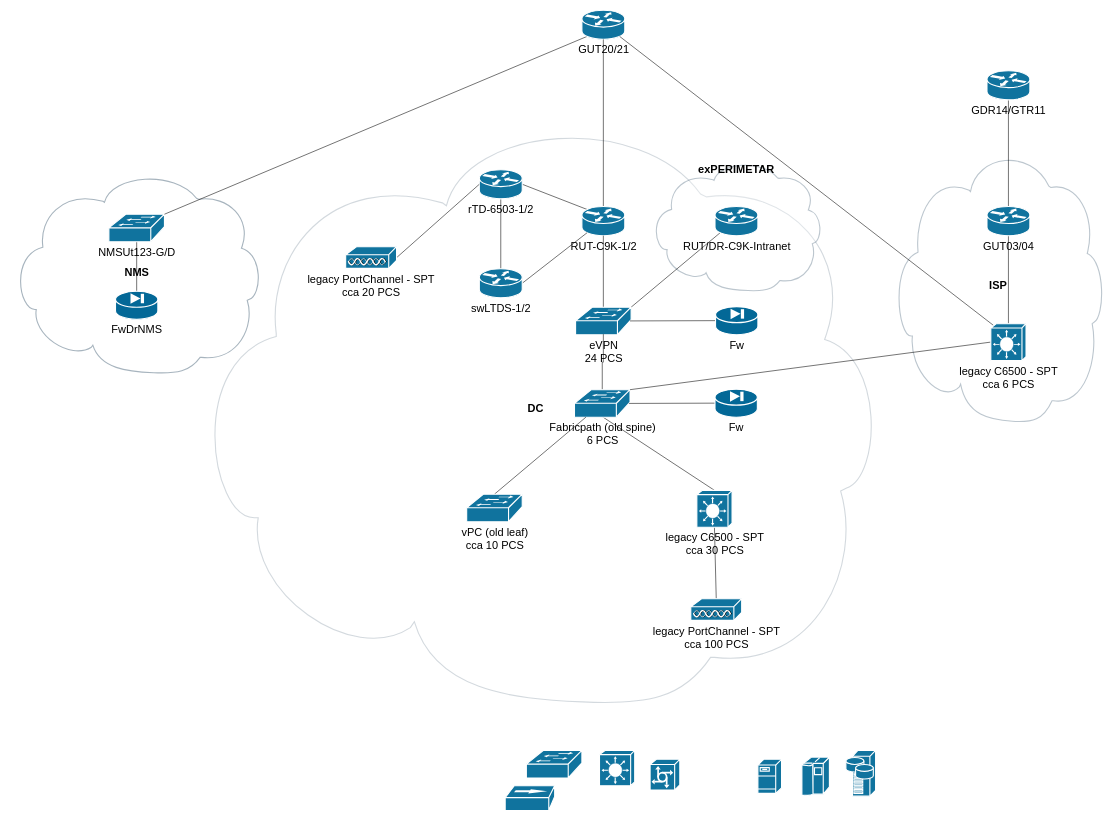
This is DC.drawio from Kublach/OpenWRT, a draw.io file, before an edit. Source tidied: cells renumbered, new cells numbered last; positions are measured from the earlier drawing's top-left corner, leaving out a move shared by most shapes. Both pictures are drawn from the tidied source at 55%, with x=0, y=0 at pixel (10, 10).
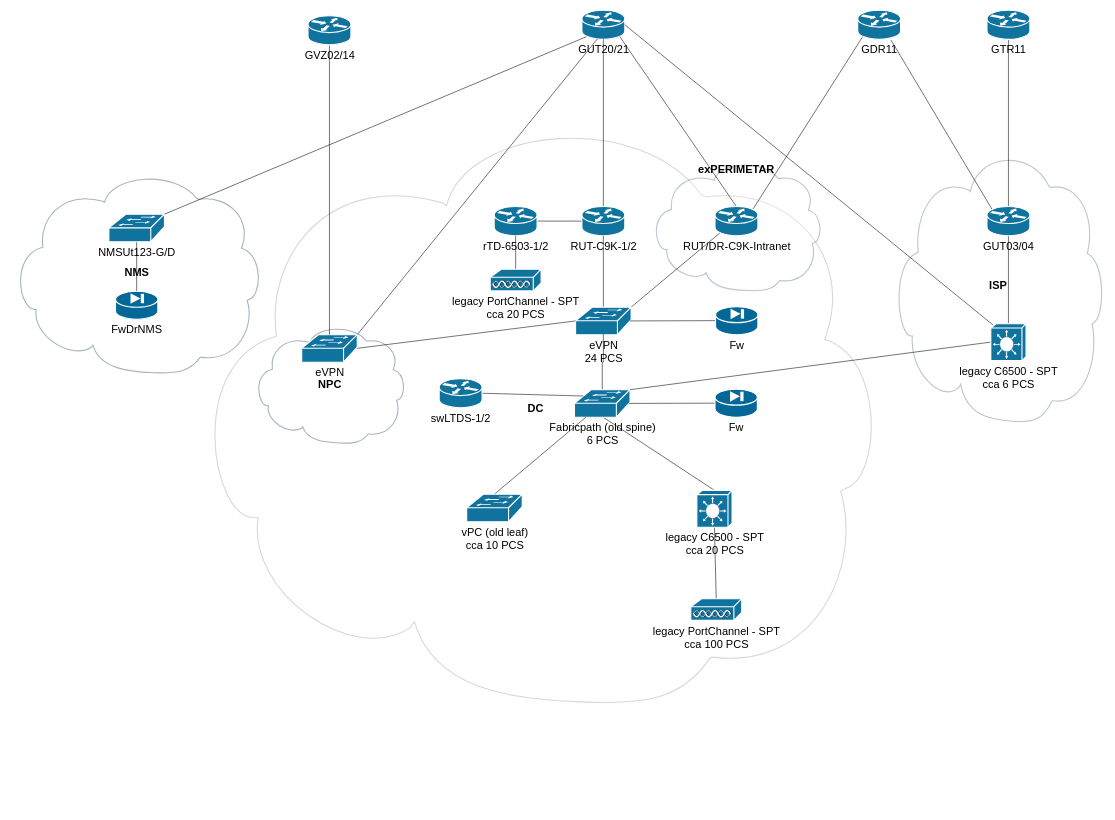
The same page after the edit.

The change refers to these unchanged cells:
```xml
<mxCell id="19" value="GUT20/21" style="shape=mxgraph.cisco.routers.router;html=1;dashed=0;fillColor=#10739E;strokeColor=#ffffff;strokeWidth=2;verticalLabelPosition=bottom;verticalAlign=top;fontFamily=Helvetica;fontSize=20;fontColor=#000000;" parent="1" vertex="1">
  <mxGeometry x="1039.5" width="78" height="53" as="geometry" />
</mxCell>
<mxCell id="22" value="RUT-C9K-1/2" style="shape=mxgraph.cisco.routers.router;html=1;dashed=0;fillColor=#10739E;strokeColor=#ffffff;strokeWidth=2;verticalLabelPosition=bottom;verticalAlign=top;fontFamily=Helvetica;fontSize=20;fontColor=#000000;" parent="1" vertex="1">
  <mxGeometry x="1039.5" y="357" width="78" height="53" as="geometry" />
</mxCell>
<mxCell id="25" value="eVPN&lt;br&gt;24 PCS" style="shape=mxgraph.cisco.switches.workgroup_switch;html=1;dashed=0;fillColor=#10739E;strokeColor=#ffffff;strokeWidth=2;verticalLabelPosition=bottom;verticalAlign=top;fontFamily=Helvetica;fontSize=20;fontColor=#000000;" parent="1" vertex="1">
  <mxGeometry x="1028" y="540" width="101" height="50" as="geometry" />
</mxCell>
<mxCell id="28" value="Fabricpath (old spine)&lt;br&gt;6 PCS" style="shape=mxgraph.cisco.switches.workgroup_switch;html=1;dashed=0;fillColor=#10739E;strokeColor=#ffffff;strokeWidth=2;verticalLabelPosition=bottom;verticalAlign=top;fontFamily=Helvetica;fontSize=20;fontColor=#000000;" parent="1" vertex="1">
  <mxGeometry x="1026" y="690" width="101" height="50" as="geometry" />
</mxCell>
<mxCell id="36" value="RUT/DR-C9K-Intranet" style="shape=mxgraph.cisco.routers.router;html=1;dashed=0;fillColor=#10739E;strokeColor=#ffffff;strokeWidth=2;verticalLabelPosition=bottom;verticalAlign=top;fontFamily=Helvetica;fontSize=20;fontColor=#000000;" parent="1" vertex="1">
  <mxGeometry x="1281.5" y="357" width="78" height="53" as="geometry" />
</mxCell>
<mxCell id="40" value="legacy C6500 - SPT&lt;br&gt;cca 6 PCS" style="shape=mxgraph.cisco.switches.layer_3_switch;html=1;dashed=0;fillColor=#10739E;strokeColor=#ffffff;strokeWidth=2;verticalLabelPosition=bottom;verticalAlign=top;fontFamily=Helvetica;fontSize=20;fontColor=#000000;" parent="1" vertex="1">
  <mxGeometry x="1783" y="570" width="64" height="67" as="geometry" />
</mxCell>
<mxCell id="42" value="GUT03/04" style="shape=mxgraph.cisco.routers.router;html=1;dashed=0;fillColor=#10739E;strokeColor=#ffffff;strokeWidth=2;verticalLabelPosition=bottom;verticalAlign=top;fontFamily=Helvetica;fontSize=20;fontColor=#000000;" parent="1" vertex="1">
  <mxGeometry x="1776" y="357" width="78" height="53" as="geometry" />
</mxCell>
```

Change to the diagram source:
```diff
@@
-    <mxCell id="5" style="shape=mxgraph.cisco.servers.fileserver;html=1;dashed=0;fillColor=#10739E;strokeColor=#ffffff;strokeWidth=2;verticalLabelPosition=bottom;verticalAlign=top;fontFamily=Helvetica;fontSize=20;fontColor=#000000;" parent="1" vertex="1">
-      <mxGeometry x="1359.5" y="1362" width="43" height="62" as="geometry" />
-    </mxCell>
-    <mxCell id="6" style="shape=mxgraph.cisco.computers_and_peripherals.ibm_mainframe;html=1;dashed=0;fillColor=#10739E;strokeColor=#ffffff;strokeWidth=2;verticalLabelPosition=bottom;verticalAlign=top;fontFamily=Helvetica;fontSize=20;fontColor=#000000;" parent="1" vertex="1">
-      <mxGeometry x="1439.5" y="1358" width="50" height="70" as="geometry" />
-    </mxCell>
-    <mxCell id="7" style="shape=mxgraph.cisco.servers.storage_server;html=1;dashed=0;fillColor=#10739E;strokeColor=#ffffff;strokeWidth=2;verticalLabelPosition=bottom;verticalAlign=top;fontFamily=Helvetica;fontSize=20;fontColor=#000000;" parent="1" vertex="1">
-      <mxGeometry x="1519.5" y="1346" width="54" height="83" as="geometry" />
-    </mxCell>
-    <mxCell id="8" style="shape=mxgraph.cisco.servers.communications_server;html=1;dashed=0;fillColor=#10739E;strokeColor=#ffffff;strokeWidth=2;verticalLabelPosition=bottom;verticalAlign=top;fontFamily=Helvetica;fontSize=20;fontColor=#000000;" parent="1" vertex="1">
-      <mxGeometry x="1163.5" y="1362" width="54" height="56" as="geometry" />
-    </mxCell>
-    <mxCell id="9" style="shape=mxgraph.cisco.switches.layer_3_switch;html=1;dashed=0;fillColor=#10739E;strokeColor=#ffffff;strokeWidth=2;verticalLabelPosition=bottom;verticalAlign=top;fontFamily=Helvetica;fontSize=20;fontColor=#000000;" parent="1" vertex="1">
-      <mxGeometry x="1071.5" y="1346" width="64" height="64" as="geometry" />
-    </mxCell>
-    <mxCell id="10" style="shape=mxgraph.cisco.switches.workgroup_switch;html=1;dashed=0;fillColor=#10739E;strokeColor=#ffffff;strokeWidth=2;verticalLabelPosition=bottom;verticalAlign=top;fontFamily=Helvetica;fontSize=20;fontColor=#000000;" parent="1" vertex="1">
-      <mxGeometry x="938.5" y="1346" width="101" height="50" as="geometry" />
-    </mxCell>
@@
-    <mxCell id="13" style="shape=mxgraph.cisco.hubs_and_gateways.100baset_hub;html=1;dashed=0;fillColor=#10739E;strokeColor=#ffffff;strokeWidth=2;verticalLabelPosition=bottom;verticalAlign=top;fontFamily=Helvetica;fontSize=20;fontColor=#000000;" parent="1" vertex="1">
-      <mxGeometry x="900" y="1410" width="90" height="45" as="geometry" />
-    </mxCell>
@@
-    <mxCell id="20" style="edgeStyle=none;rounded=0;jettySize=auto;html=1;exitX=0.12;exitY=0.1;exitDx=0;exitDy=0;exitPerimeter=0;entryX=1;entryY=0.5;entryDx=0;entryDy=0;entryPerimeter=0;fontSize=20;fontColor=#000000;endArrow=none;endFill=0;" parent="1" edge="1" source="22" target="44">
+    <mxCell id="20" style="edgeStyle=none;rounded=0;jettySize=auto;html=1;exitX=0;exitY=0.5;exitDx=0;exitDy=0;exitPerimeter=0;entryX=1;entryY=0.5;entryDx=0;entryDy=0;entryPerimeter=0;fontSize=20;fontColor=#000000;endArrow=none;endFill=0;" parent="1" edge="1" source="22" target="44">
       <mxGeometry relative="1" as="geometry" />
     </mxCell>
@@
-    <mxCell id="31" value="legacy C6500 - SPT&lt;br&gt;cca 30 PCS" style="shape=mxgraph.cisco.switches.layer_3_switch;html=1;dashed=0;fillColor=#10739E;strokeColor=#ffffff;strokeWidth=2;verticalLabelPosition=bottom;verticalAlign=top;fontFamily=Helvetica;fontSize=20;fontColor=#000000;" parent="1" vertex="1">
+    <mxCell id="31" value="legacy C6500 - SPT&lt;br&gt;cca 20 PCS" style="shape=mxgraph.cisco.switches.layer_3_switch;html=1;dashed=0;fillColor=#10739E;strokeColor=#ffffff;strokeWidth=2;verticalLabelPosition=bottom;verticalAlign=top;fontFamily=Helvetica;fontSize=20;fontColor=#000000;" parent="1" vertex="1">
       <mxGeometry x="1248.5" y="873" width="64" height="67" as="geometry" />
     </mxCell>
@@
+    <mxCell id="50" style="rounded=0;jettySize=auto;html=1;exitX=0.5;exitY=0;exitDx=0;exitDy=0;exitPerimeter=0;entryX=0.88;entryY=0.9;entryDx=0;entryDy=0;entryPerimeter=0;endArrow=none;endFill=0;" parent="1" edge="1" source="36" target="19">
+      <mxGeometry relative="1" as="geometry" />
+    </mxCell>
+    <mxCell id="51" style="edgeStyle=none;rounded=0;jettySize=auto;html=1;exitX=0.88;exitY=0.1;exitDx=0;exitDy=0;exitPerimeter=0;entryX=0.12;entryY=0.9;entryDx=0;entryDy=0;entryPerimeter=0;endArrow=none;endFill=0;" parent="1" edge="1" source="36" target="53">
+      <mxGeometry relative="1" as="geometry" />
+    </mxCell>
@@
-    <mxCell id="39" style="edgeStyle=none;rounded=0;jettySize=auto;html=1;exitX=0.08;exitY=0.05;exitDx=0;exitDy=0;exitPerimeter=0;entryX=0.88;entryY=0.9;entryDx=0;entryDy=0;entryPerimeter=0;fontSize=20;fontColor=#000000;endArrow=none;endFill=0;" parent="1" edge="1" source="40" target="19">
+    <mxCell id="39" style="edgeStyle=none;rounded=0;jettySize=auto;html=1;exitX=0.08;exitY=0.05;exitDx=0;exitDy=0;exitPerimeter=0;entryX=1;entryY=0.5;entryDx=0;entryDy=0;entryPerimeter=0;fontSize=20;fontColor=#000000;endArrow=none;endFill=0;" parent="1" edge="1" source="40" target="19">
       <mxGeometry relative="1" as="geometry" />
     </mxCell>
@@
+    <mxCell id="52" style="edgeStyle=none;rounded=0;jettySize=auto;html=1;exitX=0.12;exitY=0.1;exitDx=0;exitDy=0;exitPerimeter=0;entryX=0.773;entryY=1.019;entryDx=0;entryDy=0;entryPerimeter=0;endArrow=none;endFill=0;" parent="1" edge="1" source="42" target="53">
+      <mxGeometry relative="1" as="geometry" />
+    </mxCell>
@@
-    <mxCell id="43" style="edgeStyle=none;rounded=0;jettySize=auto;html=1;exitX=0.5;exitY=1;exitDx=0;exitDy=0;exitPerimeter=0;entryX=0.5;entryY=0;entryDx=0;entryDy=0;entryPerimeter=0;fontSize=20;fontColor=#000000;endArrow=none;endFill=0;" parent="1" edge="1" source="44" target="46">
-      <mxGeometry relative="1" as="geometry" />
-    </mxCell>
     <mxCell id="44" value="rTD-6503-1/2" style="shape=mxgraph.cisco.routers.router;html=1;dashed=0;fillColor=#10739E;strokeColor=#ffffff;strokeWidth=2;verticalLabelPosition=bottom;verticalAlign=top;fontFamily=Helvetica;fontSize=20;fontColor=#000000;" parent="1" vertex="1">
-      <mxGeometry x="853" y="290" width="78" height="53" as="geometry" />
+      <mxGeometry x="880" y="357" width="78" height="53" as="geometry" />
     </mxCell>
-    <mxCell id="45" style="edgeStyle=none;rounded=0;jettySize=auto;html=1;exitX=1;exitY=0.5;exitDx=0;exitDy=0;exitPerimeter=0;entryX=0.12;entryY=0.9;entryDx=0;entryDy=0;entryPerimeter=0;fontSize=20;fontColor=#000000;endArrow=none;endFill=0;" parent="1" edge="1" source="46" target="22">
+    <mxCell id="45" style="edgeStyle=none;rounded=0;jettySize=auto;html=1;exitX=1;exitY=0.5;exitDx=0;exitDy=0;exitPerimeter=0;entryX=0.16;entryY=0.23;entryDx=0;entryDy=0;entryPerimeter=0;fontSize=20;fontColor=#000000;endArrow=none;endFill=0;" parent="1" edge="1" source="46" target="28">
       <mxGeometry relative="1" as="geometry" />
     </mxCell>
     <mxCell id="46" value="swLTDS-1/2" style="shape=mxgraph.cisco.routers.router;html=1;dashed=0;fillColor=#10739E;strokeColor=#ffffff;strokeWidth=2;verticalLabelPosition=bottom;verticalAlign=top;fontFamily=Helvetica;fontSize=20;fontColor=#000000;" parent="1" vertex="1">
-      <mxGeometry x="853" y="470" width="78" height="53" as="geometry" />
+      <mxGeometry x="780" y="670" width="78" height="53" as="geometry" />
     </mxCell>
-    <mxCell id="47" style="edgeStyle=none;rounded=0;jettySize=auto;html=1;exitX=1;exitY=0.5;exitDx=0;exitDy=0;exitPerimeter=0;entryX=0;entryY=0.5;entryDx=0;entryDy=0;entryPerimeter=0;fontSize=20;fontColor=#000000;endArrow=none;endFill=0;" parent="1" edge="1" source="48" target="44">
+    <mxCell id="47" style="edgeStyle=orthogonalEdgeStyle;rounded=0;jettySize=auto;html=1;exitX=0.5;exitY=0;exitDx=0;exitDy=0;exitPerimeter=0;endArrow=none;endFill=0;" parent="1" edge="1" source="48" target="44">
       <mxGeometry relative="1" as="geometry" />
     </mxCell>
     <mxCell id="48" value="legacy PortChannel - SPT&lt;br&gt;cca 20 PCS" style="shape=mxgraph.cisco.misc.access_point;html=1;dashed=0;fillColor=#10739E;strokeColor=#ffffff;strokeWidth=2;verticalLabelPosition=bottom;verticalAlign=top;fontFamily=Helvetica;fontSize=20;fontColor=#000000;" parent="1" vertex="1">
-      <mxGeometry x="610" y="430" width="92.5" height="40" as="geometry" />
+      <mxGeometry x="872.8" y="471" width="92.5" height="40" as="geometry" />
     </mxCell>
-    <mxCell id="49" value="GDR14/GTR11" style="shape=mxgraph.cisco.routers.router;html=1;dashed=0;fillColor=#10739E;strokeColor=#ffffff;strokeWidth=2;verticalLabelPosition=bottom;verticalAlign=top;fontFamily=Helvetica;fontSize=20;fontColor=#000000;" parent="1" vertex="1">
-      <mxGeometry x="1776" y="110" width="78" height="53" as="geometry" />
+    <mxCell id="49" value="GTR11" style="shape=mxgraph.cisco.routers.router;html=1;dashed=0;fillColor=#10739E;strokeColor=#ffffff;strokeWidth=2;verticalLabelPosition=bottom;verticalAlign=top;fontFamily=Helvetica;fontSize=20;fontColor=#000000;" parent="1" vertex="1">
+      <mxGeometry x="1776" width="78" height="53" as="geometry" />
     </mxCell>
+    <mxCell id="53" value="GDR11" style="shape=mxgraph.cisco.routers.router;html=1;dashed=0;fillColor=#10739E;strokeColor=#ffffff;strokeWidth=2;verticalLabelPosition=bottom;verticalAlign=top;fontFamily=Helvetica;fontSize=20;fontColor=#000000;" parent="1" vertex="1">
+      <mxGeometry x="1541" width="78" height="53" as="geometry" />
+    </mxCell>
+    <mxCell id="54" value="NPC" style="shape=mxgraph.cisco.storage.cloud;html=1;dashed=0;strokeColor=#23445D;fillColor=#ffffff;strokeWidth=2;fontFamily=Helvetica;fontSize=20;fontColor=#000000;align=center;fontStyle=1;opacity=40;" parent="1" vertex="1">
+      <mxGeometry x="440.5" y="570" width="280" height="218" as="geometry" />
+    </mxCell>
+    <mxCell id="55" style="edgeStyle=none;rounded=0;jettySize=auto;html=1;exitX=0.98;exitY=0.5;exitDx=0;exitDy=0;exitPerimeter=0;entryX=0;entryY=0.5;entryDx=0;entryDy=0;entryPerimeter=0;endArrow=none;endFill=0;" parent="1" edge="1" source="57" target="25">
+      <mxGeometry relative="1" as="geometry" />
+    </mxCell>
+    <mxCell id="56" style="edgeStyle=none;rounded=0;jettySize=auto;html=1;exitX=1;exitY=0;exitDx=0;exitDy=0;exitPerimeter=0;endArrow=none;endFill=0;entryX=0.365;entryY=0.978;entryDx=0;entryDy=0;entryPerimeter=0;" parent="1" edge="1" source="57" target="19">
+      <mxGeometry relative="1" as="geometry" />
+    </mxCell>
+    <mxCell id="57" value="eVPN&lt;br&gt;" style="shape=mxgraph.cisco.switches.workgroup_switch;html=1;dashed=0;fillColor=#10739E;strokeColor=#ffffff;strokeWidth=2;verticalLabelPosition=bottom;verticalAlign=top;fontFamily=Helvetica;fontSize=20;fontColor=#000000;" parent="1" vertex="1">
+      <mxGeometry x="530" y="590" width="101" height="50" as="geometry" />
+    </mxCell>
+    <mxCell id="58" style="edgeStyle=none;rounded=0;jettySize=auto;html=1;exitX=0.5;exitY=1;exitDx=0;exitDy=0;exitPerimeter=0;entryX=0.5;entryY=0;entryDx=0;entryDy=0;entryPerimeter=0;endArrow=none;endFill=0;" parent="1" edge="1" source="59" target="57">
+      <mxGeometry relative="1" as="geometry" />
+    </mxCell>
+    <mxCell id="59" value="GVZ02/14" style="shape=mxgraph.cisco.routers.router;html=1;dashed=0;fillColor=#10739E;strokeColor=#ffffff;strokeWidth=2;verticalLabelPosition=bottom;verticalAlign=top;fontFamily=Helvetica;fontSize=20;fontColor=#000000;" parent="1" vertex="1">
+      <mxGeometry x="541.5" y="10" width="78" height="53" as="geometry" />
+    </mxCell>
```
